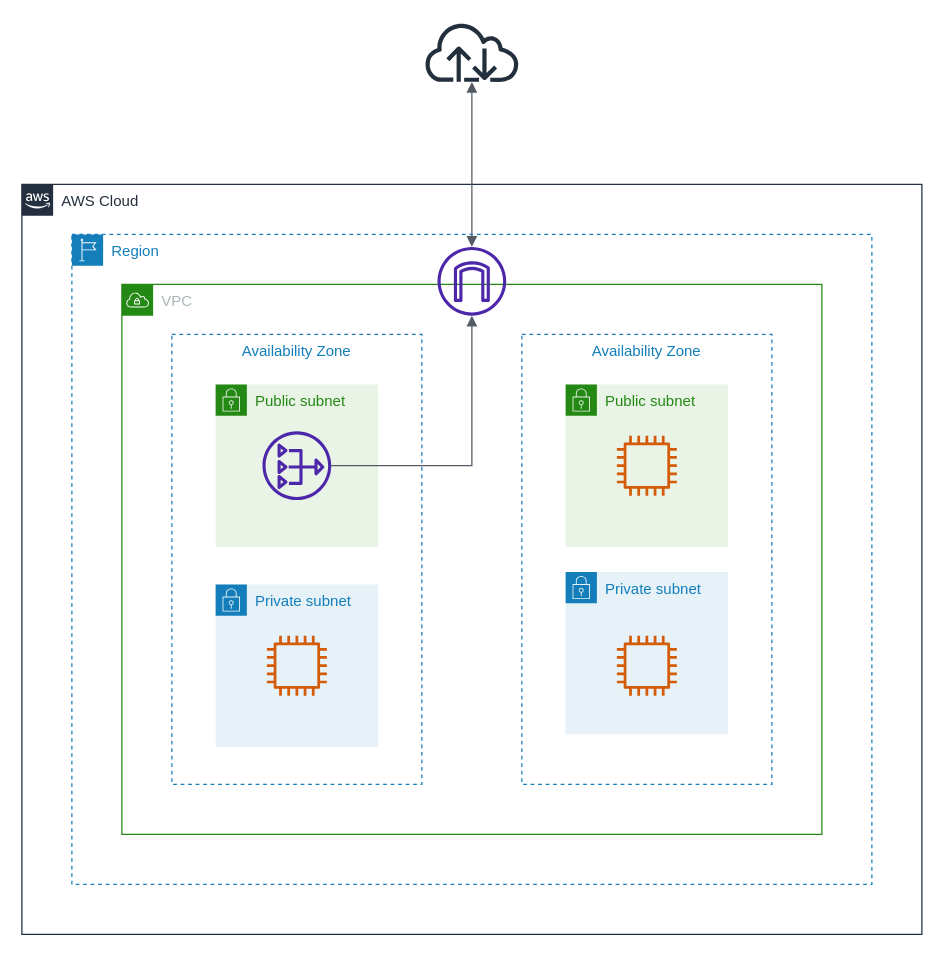
Above: 名称未設定ファイル.drawio in hirotoe0112/draw-io-data (draw.io), before the change. Source tidied: cells renumbered, new cells numbered last; positions are measured from the earlier drawing's top-left corner, leaving out a move shared by most shapes. Both pictures are drawn from the tidied source at 125%, with x=0, y=0 at pixel (21, 21).
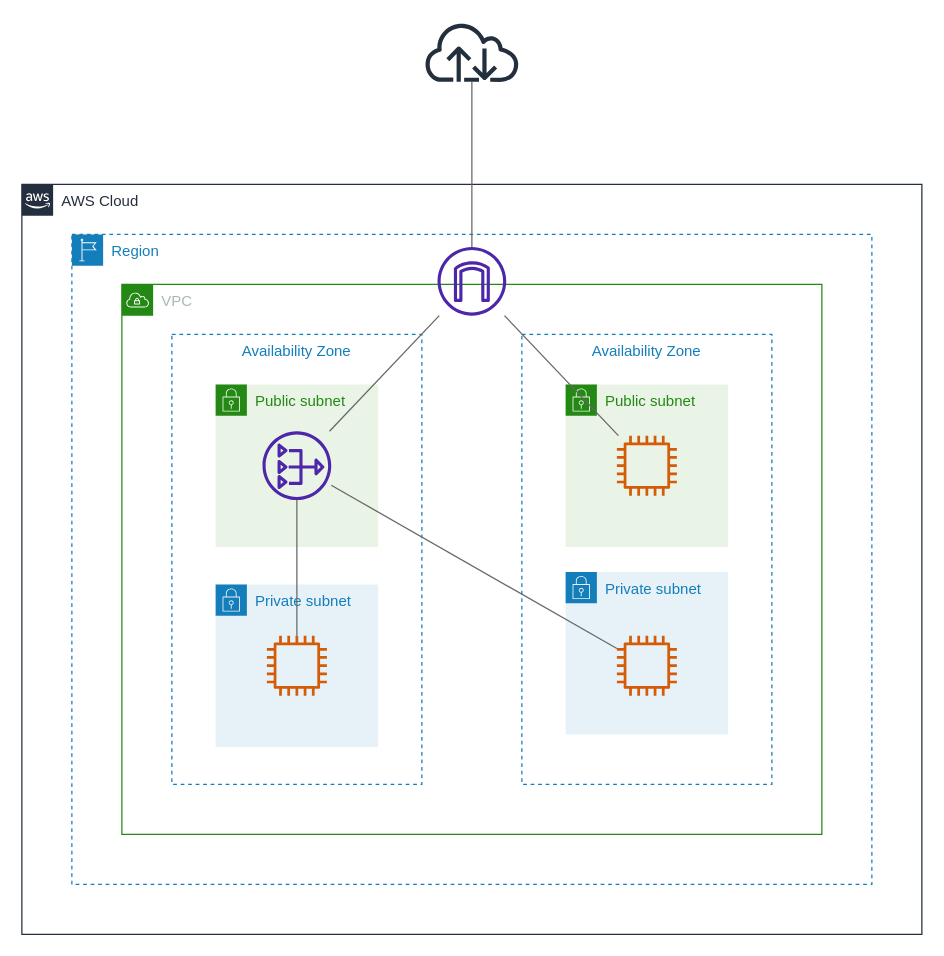
The same diagram, later.

Commit message (it also covers changes not shown here):
名称未設定ファイル.drawio を更新します

The change refers to these unchanged cells:
```xml
<mxCell id="3" value="Region" style="gradientColor=none;html=1;whiteSpace=wrap;fontSize=12;fontStyle=0;shape=mxgraph.aws4.group;grIcon=mxgraph.aws4.group_region;strokeColor=#147EBA;fillColor=none;verticalAlign=top;align=left;spacingLeft=30;fontColor=#147EBA;dashed=1;" parent="2" vertex="1">
  <mxGeometry x="40" y="40" width="640" height="520" as="geometry" />
</mxCell>
<mxCell id="4" value="VPC" style="gradientColor=none;html=1;whiteSpace=wrap;fontSize=12;fontStyle=0;shape=mxgraph.aws4.group;grIcon=mxgraph.aws4.group_vpc;strokeColor=#248814;fillColor=none;verticalAlign=top;align=left;spacingLeft=30;fontColor=#AAB7B8;dashed=0;" parent="3" vertex="1">
  <mxGeometry x="40" y="40" width="560" height="440" as="geometry" />
</mxCell>
<mxCell id="8" style="sketch=0;outlineConnect=0;fontColor=#232F3E;gradientColor=none;fillColor=#D45B07;strokeColor=none;dashed=0;verticalLabelPosition=bottom;verticalAlign=top;align=center;html=1;fontSize=12;fontStyle=0;shape=mxgraph.aws4.instance2;" parent="7" vertex="1">
  <mxGeometry x="41" y="41" width="48" height="48" as="geometry" />
</mxCell>
<mxCell id="10" style="sketch=0;outlineConnect=0;fontColor=#232F3E;gradientColor=none;fillColor=#D45B07;strokeColor=none;dashed=0;verticalLabelPosition=bottom;verticalAlign=top;align=center;html=1;fontSize=12;fontStyle=0;shape=mxgraph.aws4.instance2;" parent="9" vertex="1">
  <mxGeometry x="41" y="51" width="48" height="48" as="geometry" />
</mxCell>
<mxCell id="12" style="sketch=0;outlineConnect=0;fontColor=#232F3E;gradientColor=none;fillColor=#4D27AA;strokeColor=none;dashed=0;verticalLabelPosition=bottom;verticalAlign=top;align=center;html=1;fontSize=12;fontStyle=0;shape=mxgraph.aws4.nat_gateway;" parent="11" vertex="1">
  <mxGeometry x="37.5" y="37.5" width="55" height="55" as="geometry" />
</mxCell>
<mxCell id="14" style="sketch=0;outlineConnect=0;fontColor=#232F3E;gradientColor=none;fillColor=#D45B07;strokeColor=none;dashed=0;verticalLabelPosition=bottom;verticalAlign=top;align=center;html=1;fontSize=12;fontStyle=0;shape=mxgraph.aws4.instance2;" parent="13" vertex="1">
  <mxGeometry x="41" y="41" width="48" height="48" as="geometry" />
</mxCell>
<mxCell id="15" style="sketch=0;outlineConnect=0;fontColor=#232F3E;gradientColor=none;fillColor=#4D27AA;strokeColor=none;dashed=0;verticalLabelPosition=bottom;verticalAlign=top;align=center;html=1;fontSize=12;fontStyle=0;shape=mxgraph.aws4.internet_gateway;" parent="3" vertex="1">
  <mxGeometry x="292.5" y="10" width="55" height="55" as="geometry" />
</mxCell>
<mxCell id="17" style="sketch=0;outlineConnect=0;fontColor=#232F3E;gradientColor=none;fillColor=#232F3D;strokeColor=none;dashed=0;verticalLabelPosition=bottom;verticalAlign=top;align=center;html=1;fontSize=12;fontStyle=0;shape=mxgraph.aws4.internet;" parent="1" vertex="1">
  <mxGeometry x="321" width="78" height="48" as="geometry" />
</mxCell>
```

The edit, as a diff of the source:
```diff
@@
+    <mxCell id="19" style="endArrow=none;html=1;rounded=0;strokeColor=#666666;" parent="4" edge="1" source="14" target="12">
+      <mxGeometry relative="1" as="geometry" />
+    </mxCell>
+    <mxCell id="20" style="endArrow=none;html=1;rounded=0;strokeColor=#666666;" parent="4" edge="1" source="12" target="10">
+      <mxGeometry relative="1" as="geometry" />
+    </mxCell>
@@
-    <mxCell id="16" style="edgeStyle=orthogonalEdgeStyle;html=1;endArrow=block;elbow=vertical;startArrow=none;endFill=1;strokeColor=#545B64;rounded=0;" parent="3" edge="1" source="12" target="15">
+    <mxCell id="16" style="endArrow=none;html=1;rounded=0;strokeColor=#666666;" parent="3" edge="1" source="12" target="15">
       <mxGeometry relative="1" as="geometry" />
     </mxCell>
+    <mxCell id="21" style="endArrow=none;html=1;rounded=0;strokeColor=#666666;" parent="3" edge="1" source="8" target="15">
+      <mxGeometry relative="1" as="geometry" />
+    </mxCell>
@@
-    <mxCell id="18" style="edgeStyle=orthogonalEdgeStyle;html=1;endArrow=block;elbow=vertical;startArrow=block;startFill=1;endFill=1;strokeColor=#545B64;rounded=0;" parent="1" edge="1" source="17" target="15">
-      <mxGeometry relative="1" as="geometry">
-        <Array as="points">
-          <mxPoint x="360" y="24" />
-          <mxPoint x="360" y="207.5" />
-        </Array>
-      </mxGeometry>
-    </mxCell>
+    <mxCell id="22" style="endArrow=none;html=1;rounded=0;strokeColor=#666666;" parent="1" edge="1" source="15" target="17">
+      <mxGeometry relative="1" as="geometry" />
+    </mxCell>
```
